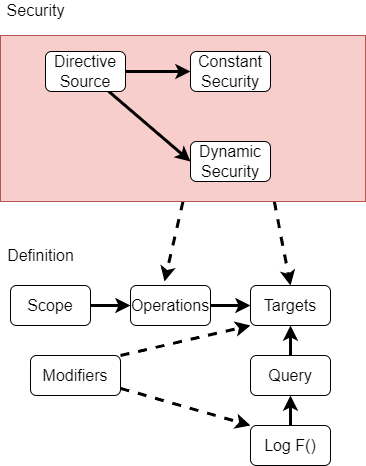
The draw.io diagram docs/images/arch/blocks.drawio.png in yonixw/xwlogger.logger, before a commit. Source tidied: cells renumbered, new cells last; positions are measured from the earlier drawing's top-left corner, leaving out a move shared by most shapes.
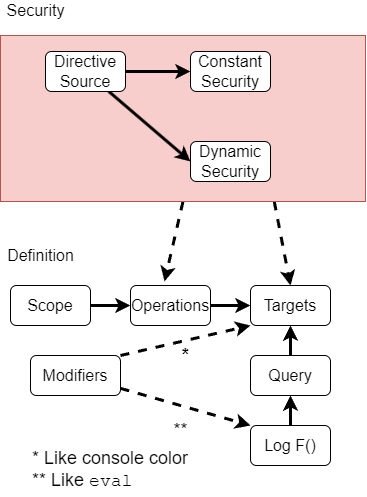
Later version of the same file.

Change to the diagram source:
```diff
@@ -68,5 +68,14 @@
     <mxCell id="23" value="Security" style="text;html=1;align=center;verticalAlign=middle;strokeColor=none;fillColor=none;fontSize=16;" parent="1" vertex="1">
       <mxGeometry width="70" height="20" as="geometry" />
     </mxCell>
+    <mxCell id="24" value="*" style="text;html=1;align=center;verticalAlign=middle;strokeColor=none;fillColor=none;fontStyle=1;fontSize=18;" parent="1" vertex="1">
+      <mxGeometry x="175" y="340" width="20" height="30" as="geometry" />
+    </mxCell>
+    <mxCell id="25" value="**" style="text;html=1;align=center;verticalAlign=middle;strokeColor=none;fillColor=none;fontSize=18;" parent="1" vertex="1">
+      <mxGeometry x="165" y="415" width="30" height="30" as="geometry" />
+    </mxCell>
+    <mxCell id="26" value="* Like console color&lt;br&gt;** Like &lt;font face=&quot;Courier New&quot;&gt;eval&lt;/font&gt;" style="text;html=1;align=left;verticalAlign=middle;strokeColor=none;fillColor=none;fontSize=18;" parent="1" vertex="1">
+      <mxGeometry x="30" y="445" width="170" height="50" as="geometry" />
+    </mxCell>
   </root>
 </mxGraphModel>
```
